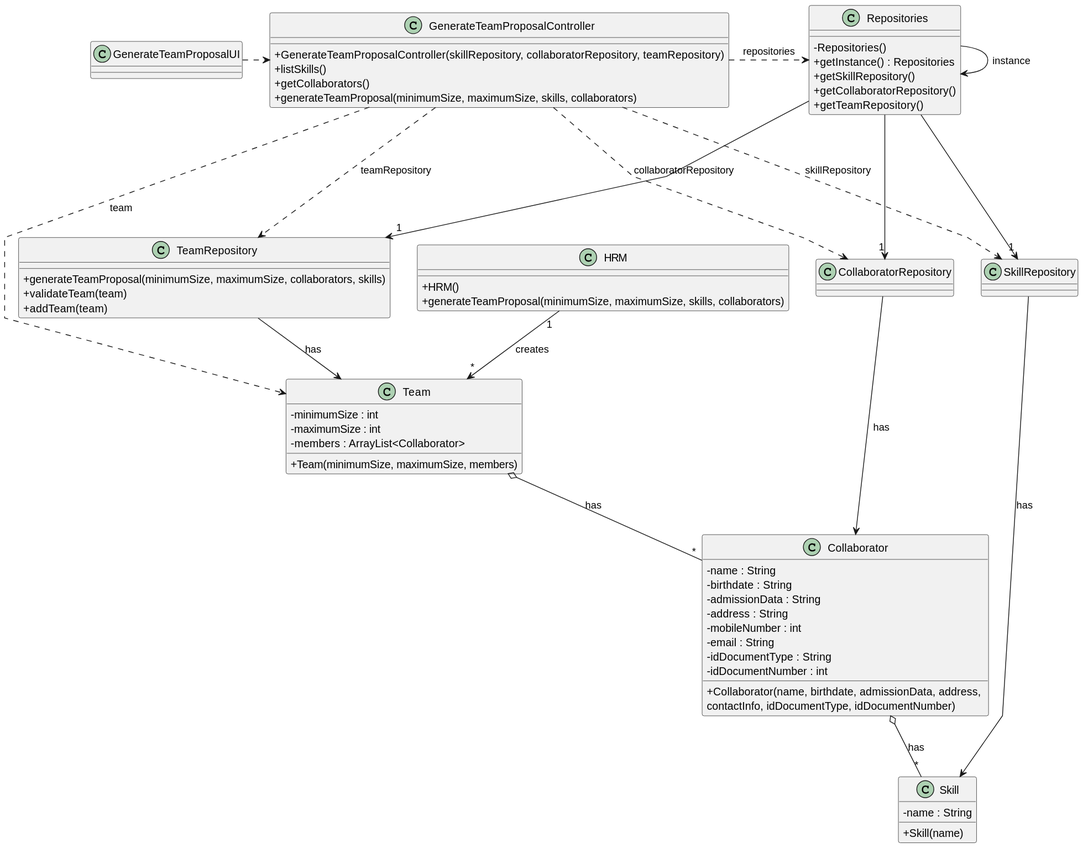
This is docs/sprintB/us005/03.design/svg/us005-class-diagram.svg from diogoveirospro/lei-24-s2-1dg-g072, a PlantUML export, as it was before one commit.
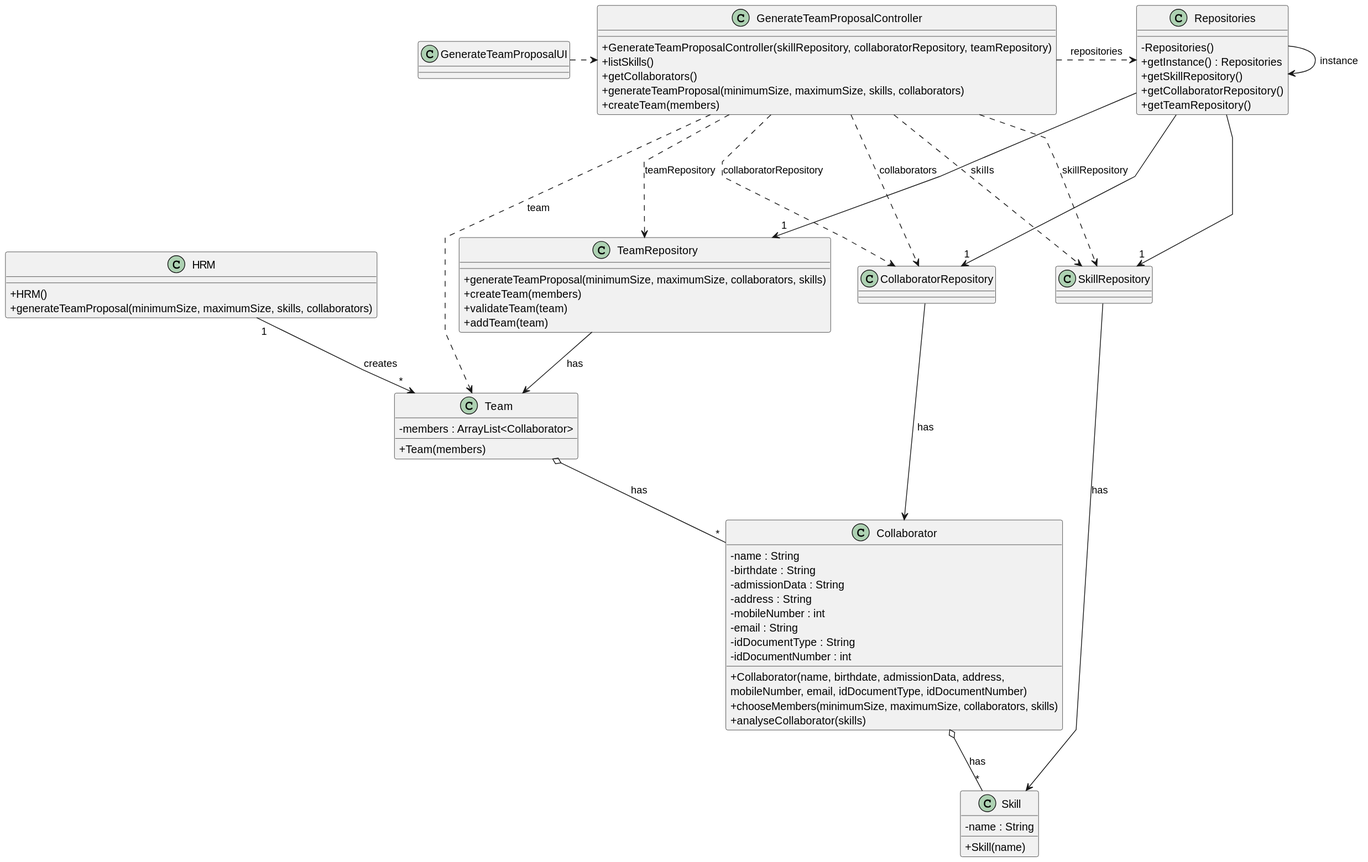
The same diagram one commit later.

The edit, as a diff of the source:
```diff
@@ -16,6 +16,7 @@
     + listSkills()
     + getCollaborators()
     + generateTeamProposal(minimumSize, maximumSize, skills, collaborators)
+    + createTeam(members)
 }
 
 
@@ -41,15 +42,14 @@
 
 class TeamRepository {
     + generateTeamProposal(minimumSize, maximumSize, collaborators, skills)
+    + createTeam(members)
     + validateTeam(team)
     + addTeam(team)
 }
 
 class Team {
-    - minimumSize : int
-    - maximumSize : int
     - members : ArrayList<Collaborator>
-    + Team(minimumSize, maximumSize, members)
+    + Team(members)
 }
 
 class Collaborator {
@@ -61,7 +61,9 @@
     - email : String
     - idDocumentType : String
     - idDocumentNumber : int
-    + Collaborator(name, birthdate, admissionData, address, \ncontactInfo, idDocumentType, idDocumentNumber)
+    + Collaborator(name, birthdate, admissionData, address, \nmobileNumber, email, idDocumentType, idDocumentNumber)
+    + chooseMembers(minimumSize, maximumSize, collaborators, skills)
+    + analyseCollaborator(skills)
 }
 
 class Skill {
@@ -86,6 +88,8 @@
 Collaborator  o-- "*" Skill : has
 
 GenerateTeamProposalController .> Team : team
+GenerateTeamProposalController .> SkillRepository : skills
+GenerateTeamProposalController .> CollaboratorRepository: collaborators
 SkillRepository --> Skill : has
 CollaboratorRepository --> Collaborator : has
 TeamRepository --> Team : has
```
